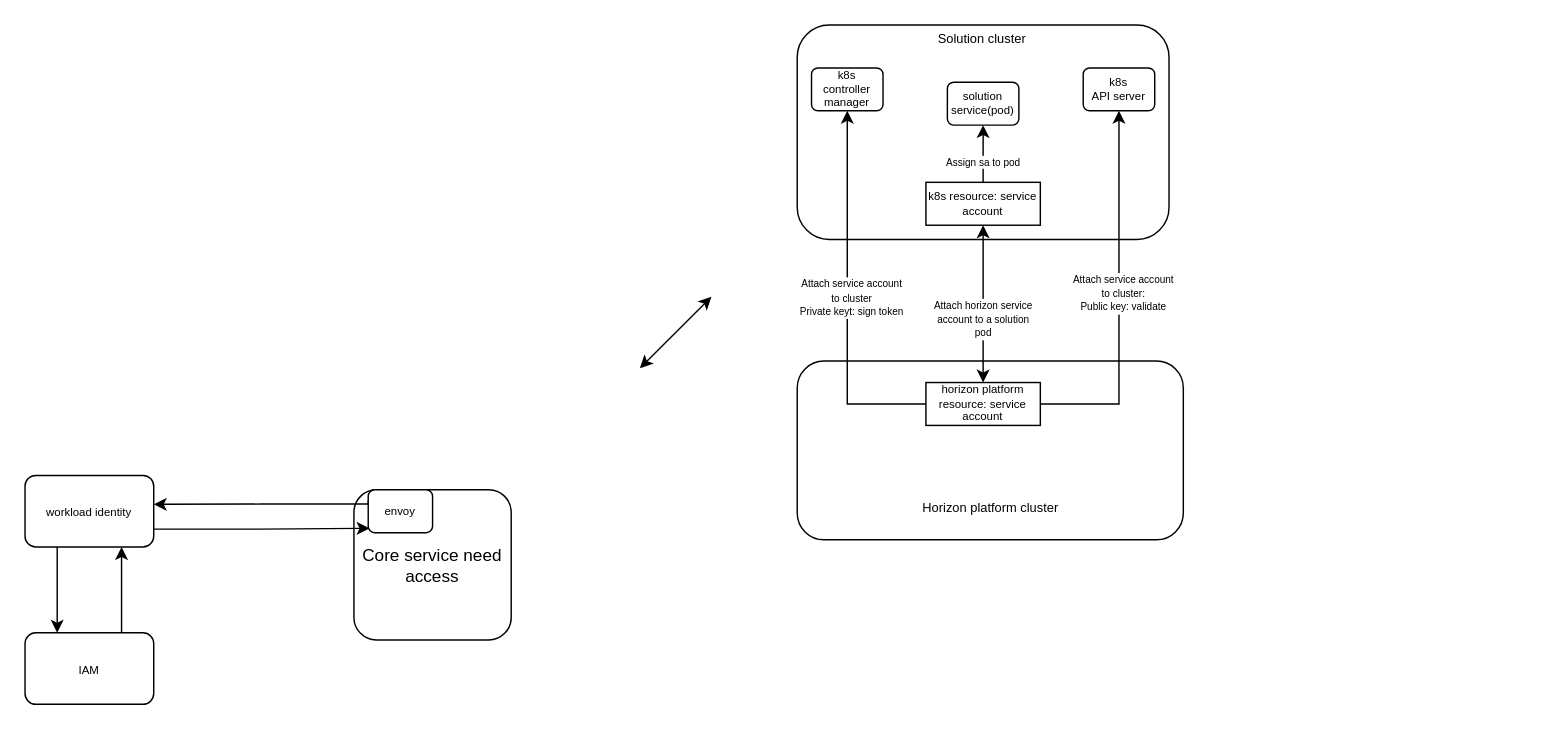
Before: page "Page-1" (1 of 3) of HP/Untitled Diagram.drawio in zhangwm1987/mydraw_io, a draw.io diagram. Source tidied: cells renumbered, new cells numbered last; positions are measured from the earlier drawing's top-left corner, leaving out a move shared by most shapes. Both pictures are drawn from the tidied source at 143%, with x=0, y=0 at pixel (24, 24).
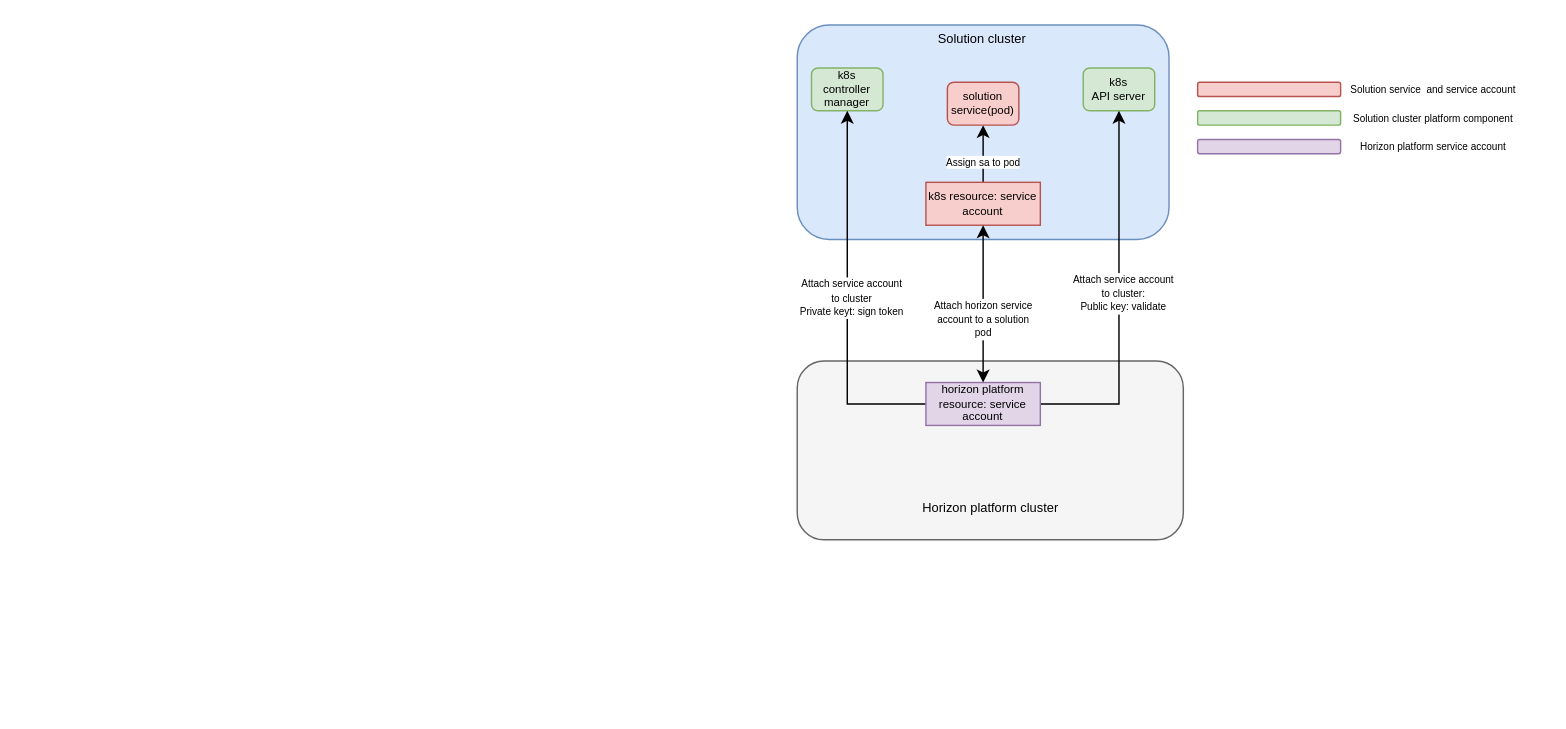
The same page after the edit.

Diff of the diagram source:
```diff
@@
-    <mxCell id="2" style="rounded=1;whiteSpace=wrap;html=1;" parent="1" vertex="1">
+    <mxCell id="2" style="rounded=1;whiteSpace=wrap;html=1;fillColor=#dae8fc;strokeColor=#6c8ebf;" parent="1" vertex="1">
       <mxGeometry x="540" width="260" height="150" as="geometry" />
     </mxCell>
-    <mxCell id="3" value="Core service need&lt;br&gt;access" style="rounded=1;whiteSpace=wrap;html=1;" parent="1" vertex="1">
-      <mxGeometry x="230" y="325" width="110" height="105" as="geometry" />
-    </mxCell>
-    <mxCell id="4" style="edgeStyle=orthogonalEdgeStyle;rounded=0;jettySize=auto;html=1;exitX=0.25;exitY=1;exitDx=0;exitDy=0;entryX=0.25;entryY=0;entryDx=0;entryDy=0;" parent="1" edge="1" source="6" target="10">
-      <mxGeometry relative="1" as="geometry" />
-    </mxCell>
-    <mxCell id="5" style="edgeStyle=orthogonalEdgeStyle;rounded=0;jettySize=auto;html=1;exitX=1;exitY=0.75;exitDx=0;exitDy=0;entryX=0.021;entryY=0.898;entryDx=0;entryDy=0;entryPerimeter=0;" parent="1" edge="1" source="6" target="8">
-      <mxGeometry relative="1" as="geometry" />
-    </mxCell>
-    <mxCell id="6" value="&lt;font style=&quot;font-size: 8px&quot;&gt;workload identity&lt;/font&gt;" style="rounded=1;whiteSpace=wrap;html=1;" parent="1" vertex="1">
-      <mxGeometry y="315" width="90" height="50" as="geometry" />
-    </mxCell>
-    <mxCell id="7" style="edgeStyle=orthogonalEdgeStyle;rounded=0;jettySize=auto;html=1;exitX=0;exitY=0.25;exitDx=0;exitDy=0;entryX=1;entryY=0.404;entryDx=0;entryDy=0;entryPerimeter=0;fontSize=8;" parent="1" edge="1" source="8" target="6">
-      <mxGeometry relative="1" as="geometry">
-        <Array as="points">
-          <mxPoint x="240" y="335" />
-          <mxPoint x="165" y="335" />
-        </Array>
-      </mxGeometry>
-    </mxCell>
-    <mxCell id="8" value="envoy" style="rounded=1;whiteSpace=wrap;html=1;fontSize=8;" parent="1" vertex="1">
-      <mxGeometry x="240" y="325" width="45" height="30" as="geometry" />
-    </mxCell>
-    <mxCell id="9" style="edgeStyle=orthogonalEdgeStyle;rounded=0;jettySize=auto;html=1;exitX=0.75;exitY=0;exitDx=0;exitDy=0;entryX=0.75;entryY=1;entryDx=0;entryDy=0;" parent="1" edge="1" source="10" target="6">
-      <mxGeometry relative="1" as="geometry" />
-    </mxCell>
-    <mxCell id="10" value="&lt;font style=&quot;font-size: 8px&quot;&gt;IAM&lt;/font&gt;" style="rounded=1;whiteSpace=wrap;html=1;" parent="1" vertex="1">
-      <mxGeometry y="425" width="90" height="50" as="geometry" />
-    </mxCell>
-    <mxCell id="11" value="k8s&lt;br&gt;controller manager" style="rounded=1;whiteSpace=wrap;html=1;fontSize=8;" parent="1" vertex="1">
+    <mxCell id="11" value="k8s&lt;br&gt;controller manager" style="rounded=1;whiteSpace=wrap;html=1;fontSize=8;fillColor=#d5e8d4;strokeColor=#82b366;" parent="1" vertex="1">
       <mxGeometry x="550" y="30" width="50" height="30" as="geometry" />
     </mxCell>
-    <mxCell id="12" value="k8s&lt;br&gt;API server" style="rounded=1;whiteSpace=wrap;html=1;fontSize=8;" parent="1" vertex="1">
+    <mxCell id="12" value="k8s&lt;br&gt;API server" style="rounded=1;whiteSpace=wrap;html=1;fontSize=8;fillColor=#d5e8d4;strokeColor=#82b366;" parent="1" vertex="1">
       <mxGeometry x="740" y="30" width="50" height="30" as="geometry" />
     </mxCell>
@@
-    <mxCell id="15" value="k8s resource: service account" style="rounded=0;whiteSpace=wrap;html=1;fontSize=8;" parent="1" vertex="1">
+    <mxCell id="15" value="k8s resource: service account" style="rounded=0;whiteSpace=wrap;html=1;fontSize=8;fillColor=#f8cecc;strokeColor=#b85450;" parent="1" vertex="1">
       <mxGeometry x="630" y="110" width="80" height="30" as="geometry" />
     </mxCell>
-    <mxCell id="16" style="rounded=1;whiteSpace=wrap;html=1;fontSize=8;" parent="1" vertex="1">
+    <mxCell id="16" style="rounded=1;whiteSpace=wrap;html=1;fontSize=8;fillColor=#f5f5f5;fontColor=#333333;strokeColor=#666666;" parent="1" vertex="1">
       <mxGeometry x="540" y="235" width="270" height="125" as="geometry" />
     </mxCell>
@@
-    <mxCell id="21" value="horizon platform resource: service account" style="rounded=0;whiteSpace=wrap;html=1;fontSize=8;" parent="1" vertex="1">
+    <mxCell id="21" value="horizon platform resource: service account" style="rounded=0;whiteSpace=wrap;html=1;fontSize=8;fillColor=#e1d5e7;strokeColor=#9673a6;" parent="1" vertex="1">
       <mxGeometry x="630" y="250" width="80" height="30" as="geometry" />
     </mxCell>
-    <mxCell id="22" style="endArrow=classic;startArrow=classic;html=1;rounded=0;fontSize=8;" parent="1" edge="1">
-      <mxGeometry relative="1" as="geometry">
-        <mxPoint x="430" y="240" as="sourcePoint" />
-        <mxPoint x="480" y="190" as="targetPoint" />
-      </mxGeometry>
-    </mxCell>
-    <mxCell id="23" value="solution service(pod)" style="rounded=1;whiteSpace=wrap;html=1;fontSize=8;" parent="1" vertex="1">
+    <mxCell id="23" value="solution service(pod)" style="rounded=1;whiteSpace=wrap;html=1;fontSize=8;fillColor=#f8cecc;strokeColor=#b85450;" parent="1" vertex="1">
       <mxGeometry x="645" y="40" width="50" height="30" as="geometry" />
     </mxCell>
@@
+    <mxCell id="28" style="rounded=1;whiteSpace=wrap;html=1;fontSize=9;fillColor=#f8cecc;strokeColor=#b85450;" parent="1" vertex="1">
+      <mxGeometry x="820" y="40" width="100" height="10" as="geometry" />
+    </mxCell>
+    <mxCell id="29" style="rounded=1;whiteSpace=wrap;html=1;fontSize=9;fillColor=#d5e8d4;strokeColor=#82b366;" parent="1" vertex="1">
+      <mxGeometry x="820" y="60" width="100" height="10" as="geometry" />
+    </mxCell>
+    <mxCell id="30" style="rounded=1;whiteSpace=wrap;html=1;fontSize=9;fillColor=#e1d5e7;strokeColor=#9673a6;" parent="1" vertex="1">
+      <mxGeometry x="820" y="80" width="100" height="10" as="geometry" />
+    </mxCell>
+    <mxCell id="31" value="&lt;span style=&quot;font-size: 7px&quot;&gt;Solution service&amp;nbsp; and service account&lt;/span&gt;" style="text;html=1;strokeColor=none;fillColor=none;align=center;verticalAlign=middle;whiteSpace=wrap;rounded=0;fontSize=9;" parent="1" vertex="1">
+      <mxGeometry x="910" y="40" width="150" height="10" as="geometry" />
+    </mxCell>
+    <mxCell id="32" value="&lt;span style=&quot;font-size: 7px&quot;&gt;Solution cluster platform component&lt;/span&gt;" style="text;html=1;strokeColor=none;fillColor=none;align=center;verticalAlign=middle;whiteSpace=wrap;rounded=0;fontSize=9;" parent="1" vertex="1">
+      <mxGeometry x="910" y="60" width="150" height="10" as="geometry" />
+    </mxCell>
+    <mxCell id="33" value="&lt;span style=&quot;font-size: 7px&quot;&gt;Horizon platform service account&lt;/span&gt;" style="text;html=1;strokeColor=none;fillColor=none;align=center;verticalAlign=middle;whiteSpace=wrap;rounded=0;fontSize=9;" parent="1" vertex="1">
+      <mxGeometry x="910" y="80" width="150" height="10" as="geometry" />
+    </mxCell>
```
